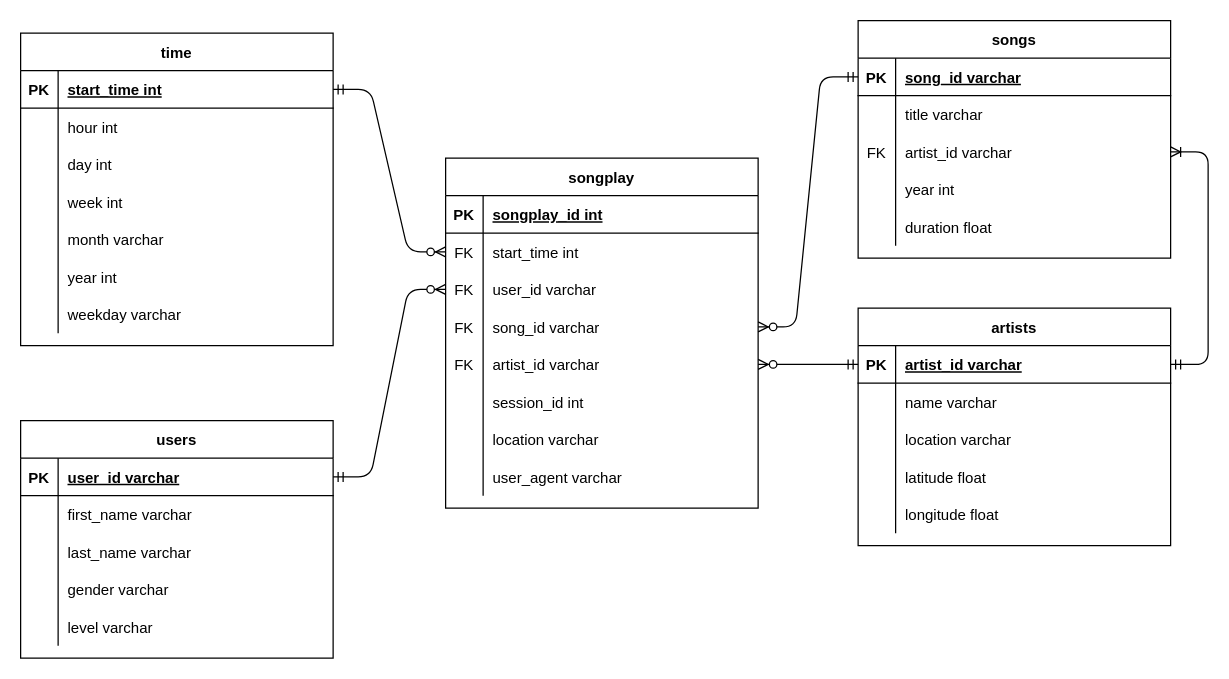
This is Untitled Diagram.drawio from ihystjyj/Udacity-Data-Warehouse-Project, a draw.io file, before an edit. Source tidied: cells renumbered, new cells numbered last; positions are measured from the earlier drawing's top-left corner, leaving out a move shared by most shapes. Both pictures are drawn from the tidied source at 125%, with x=0, y=0 at pixel (20, 20).
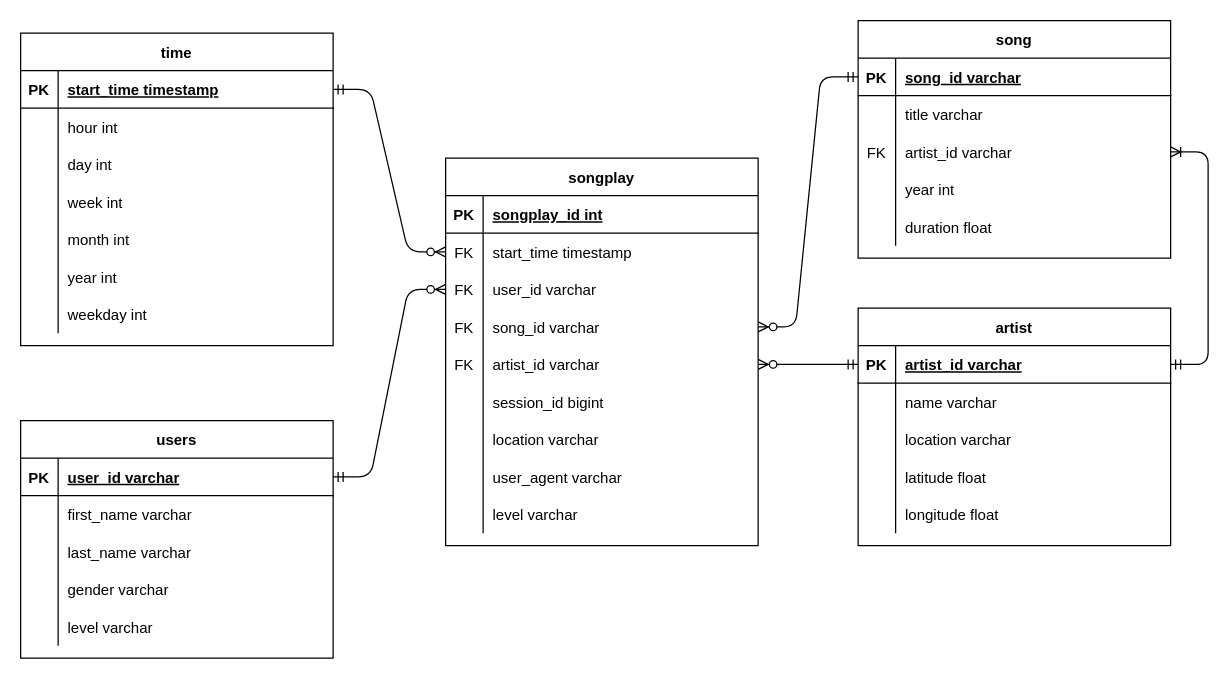
The same page after the edit.

Unchanged cells that the change refers to:
```xml
<mxCell id="3" style="shape=partialRectangle;fillColor=none;points=[[0,0.5],[1,0.5]];portConstraint=eastwest;top=0;left=0;right=0;bottom=1;" parent="2" vertex="1">
  <mxGeometry y="30" width="250" height="30" as="geometry" />
</mxCell>
<mxCell id="15" style="shape=partialRectangle;fillColor=none;top=0;left=0;right=0;bottom=0;" parent="2" vertex="1">
  <mxGeometry y="150" width="250" height="30" as="geometry" />
</mxCell>
<mxCell id="21" style="shape=partialRectangle;fillColor=none;top=0;left=0;right=0;bottom=0;" parent="2" vertex="1">
  <mxGeometry y="210" width="250" height="30" as="geometry" />
</mxCell>
<mxCell id="28" style="shape=partialRectangle;fillColor=none;points=[[0,0.5],[1,0.5]];portConstraint=eastwest;top=0;left=0;right=0;bottom=0;" parent="24" vertex="1">
  <mxGeometry y="60" width="250" height="30" as="geometry" />
</mxCell>
<mxCell id="40" style="shape=partialRectangle;fillColor=none;top=0;left=0;right=0;bottom=0;" parent="24" vertex="1">
  <mxGeometry y="180" width="250" height="30" as="geometry" />
</mxCell>
```

Change to the diagram source:
```diff
@@
-    <mxCell id="5" value="start_time int" style="shape=partialRectangle;overflow=hidden;fillColor=none;top=0;left=0;bottom=0;right=0;align=left;spacingLeft=6;fontStyle=5;" parent="3" vertex="1">
+    <mxCell id="5" value="start_time timestamp" style="shape=partialRectangle;overflow=hidden;fillColor=none;top=0;left=0;bottom=0;right=0;align=left;spacingLeft=6;fontStyle=5;" parent="3" vertex="1">
       <mxGeometry x="30" width="220" height="30" as="geometry" />
     </mxCell>
@@
-    <mxCell id="17" value="month varchar" style="shape=partialRectangle;overflow=hidden;fillColor=none;top=0;left=0;bottom=0;right=0;align=left;spacingLeft=6;" parent="15" vertex="1">
+    <mxCell id="17" value="month int" style="shape=partialRectangle;overflow=hidden;fillColor=none;top=0;left=0;bottom=0;right=0;align=left;spacingLeft=6;" parent="15" vertex="1">
       <mxGeometry x="30" width="220" height="30" as="geometry" />
     </mxCell>
@@
-    <mxCell id="23" value="weekday varchar" style="shape=partialRectangle;overflow=hidden;fillColor=none;top=0;left=0;bottom=0;right=0;align=left;spacingLeft=6;" parent="21" vertex="1">
+    <mxCell id="23" value="weekday int" style="shape=partialRectangle;overflow=hidden;fillColor=none;top=0;left=0;bottom=0;right=0;align=left;spacingLeft=6;" parent="21" vertex="1">
       <mxGeometry x="30" width="220" height="30" as="geometry" />
     </mxCell>
     <mxCell id="24" value="songplay" style="shape=table;startSize=30;childLayout=tableLayout;rowLines=0;fontStyle=1;align=center;" parent="1" vertex="1">
-      <mxGeometry x="340" y="110" width="250" height="280" as="geometry" />
+      <mxGeometry x="340" y="110" width="250" height="310" as="geometry" />
     </mxCell>
@@
-    <mxCell id="30" value="start_time int" style="shape=partialRectangle;overflow=hidden;fillColor=none;top=0;left=0;bottom=0;right=0;align=left;spacingLeft=6;" parent="28" vertex="1">
+    <mxCell id="30" value="start_time timestamp" style="shape=partialRectangle;overflow=hidden;fillColor=none;top=0;left=0;bottom=0;right=0;align=left;spacingLeft=6;" parent="28" vertex="1">
       <mxGeometry x="30" width="220" height="30" as="geometry" />
     </mxCell>
@@
-    <mxCell id="42" value="session_id int" style="shape=partialRectangle;overflow=hidden;fillColor=none;top=0;left=0;bottom=0;right=0;align=left;spacingLeft=6;" parent="40" vertex="1">
+    <mxCell id="42" value="session_id bigint" style="shape=partialRectangle;overflow=hidden;fillColor=none;top=0;left=0;bottom=0;right=0;align=left;spacingLeft=6;" parent="40" vertex="1">
       <mxGeometry x="30" width="220" height="30" as="geometry" />
     </mxCell>
@@
+    <mxCell id="102" style="shape=partialRectangle;fillColor=none;top=0;left=0;right=0;bottom=0;" parent="24" vertex="1">
+      <mxGeometry y="270" width="250" height="30" as="geometry" />
+    </mxCell>
+    <mxCell id="103" style="shape=partialRectangle;overflow=hidden;fillColor=none;top=0;left=0;bottom=0;right=0;" parent="102" vertex="1">
+      <mxGeometry width="30" height="30" as="geometry" />
+    </mxCell>
+    <mxCell id="104" value="level varchar" style="shape=partialRectangle;overflow=hidden;fillColor=none;top=0;left=0;bottom=0;right=0;align=left;spacingLeft=6;" parent="102" vertex="1">
+      <mxGeometry x="30" width="220" height="30" as="geometry" />
+    </mxCell>
@@
-    <mxCell id="65" value="songs" style="shape=table;startSize=30;childLayout=tableLayout;rowLines=0;fontStyle=1;align=center;" parent="1" vertex="1">
+    <mxCell id="65" value="song" style="shape=table;startSize=30;childLayout=tableLayout;rowLines=0;fontStyle=1;align=center;" parent="1" vertex="1">
       <mxGeometry x="670" width="250" height="190" as="geometry" />
     </mxCell>
@@
-    <mxCell id="81" value="artists" style="shape=table;startSize=30;childLayout=tableLayout;rowLines=0;fontStyle=1;align=center;" parent="1" vertex="1">
+    <mxCell id="81" value="artist" style="shape=table;startSize=30;childLayout=tableLayout;rowLines=0;fontStyle=1;align=center;" parent="1" vertex="1">
       <mxGeometry x="670" y="230" width="250" height="190" as="geometry" />
     </mxCell>
```
